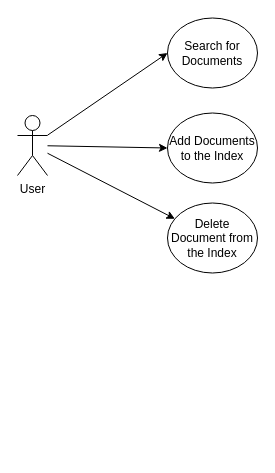
The draw.io diagram diagrams/usecase.drawio in strange-dv/course_work_parallel_computing, before the edit. Source tidied: cells renumbered, new cells numbered last; positions are measured from the earlier drawing's top-left corner, leaving out a move shared by most shapes. Both pictures are drawn from the tidied source at 100%, with x=0, y=0 at pixel (17, 17).
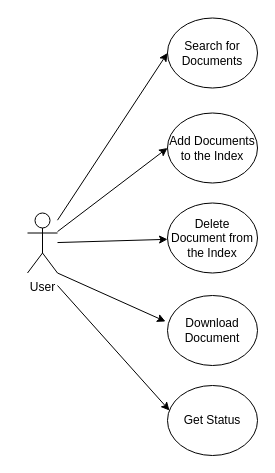
Above is the later version.

The edit, as a diff of the source:
```diff
@@
 <mxGraphModel>
   <root>
     <mxCell id="0" />
     <mxCell id="1" parent="0" />
     <mxCell id="2" value="&lt;div&gt;User&lt;/div&gt;&lt;div&gt;&lt;br&gt;&lt;/div&gt;" style="shape=umlActor;verticalLabelPosition=bottom;verticalAlign=top;html=1;outlineConnect=0;" parent="1" vertex="1">
-      <mxGeometry y="98" width="30" height="60" as="geometry" />
+      <mxGeometry x="10" y="195.5" width="30" height="60" as="geometry" />
     </mxCell>
     <mxCell id="3" value="Search for Documents" style="ellipse;whiteSpace=wrap;html=1;" parent="1" vertex="1">
       <mxGeometry x="150" y="0.5" width="90" height="70" as="geometry" />
     </mxCell>
     <mxCell id="4" value="&lt;div&gt;Add Documents to the Index&lt;/div&gt;" style="ellipse;whiteSpace=wrap;html=1;" parent="1" vertex="1">
       <mxGeometry x="150" y="95.5" width="90" height="70" as="geometry" />
     </mxCell>
     <mxCell id="5" value="&lt;div&gt;Delete Document from the Index&lt;/div&gt;" style="ellipse;whiteSpace=wrap;html=1;" parent="1" vertex="1">
       <mxGeometry x="150" y="185.5" width="90" height="70" as="geometry" />
     </mxCell>
     <mxCell id="6" style="endArrow=classic;html=1;rounded=0;entryX=0;entryY=0.5;entryDx=0;entryDy=0;" parent="1" edge="1" source="2" target="3">
       <mxGeometry relative="1" as="geometry" />
     </mxCell>
     <mxCell id="7" style="endArrow=classic;html=1;rounded=0;entryX=0;entryY=0.5;entryDx=0;entryDy=0;" parent="1" edge="1" source="2" target="4">
       <mxGeometry relative="1" as="geometry" />
     </mxCell>
     <mxCell id="8" style="endArrow=classic;html=1;rounded=0;" parent="1" edge="1" source="2" target="5">
       <mxGeometry relative="1" as="geometry" />
     </mxCell>
+    <mxCell id="9" value="&lt;div&gt;Download Document&lt;br&gt;&lt;/div&gt;" style="ellipse;whiteSpace=wrap;html=1;" parent="1" vertex="1">
+      <mxGeometry x="150" y="278" width="90" height="70" as="geometry" />
+    </mxCell>
+    <mxCell id="10" value="Get Status" style="ellipse;whiteSpace=wrap;html=1;" parent="1" vertex="1">
+      <mxGeometry x="150" y="368" width="90" height="70" as="geometry" />
+    </mxCell>
+    <mxCell id="11" style="endArrow=classic;html=1;rounded=0;entryX=-0.022;entryY=0.371;entryDx=0;entryDy=0;exitX=1;exitY=1;exitDx=0;exitDy=0;exitPerimeter=0;entryPerimeter=0;" parent="1" edge="1" source="2" target="9">
+      <mxGeometry relative="1" as="geometry" />
+    </mxCell>
+    <mxCell id="12" style="endArrow=classic;html=1;rounded=0;entryX=0.022;entryY=0.357;entryDx=0;entryDy=0;entryPerimeter=0;" parent="1" edge="1" target="10">
+      <mxGeometry relative="1" as="geometry">
+        <mxPoint x="40" y="268" as="sourcePoint" />
+      </mxGeometry>
+    </mxCell>
   </root>
 </mxGraphModel>
```
